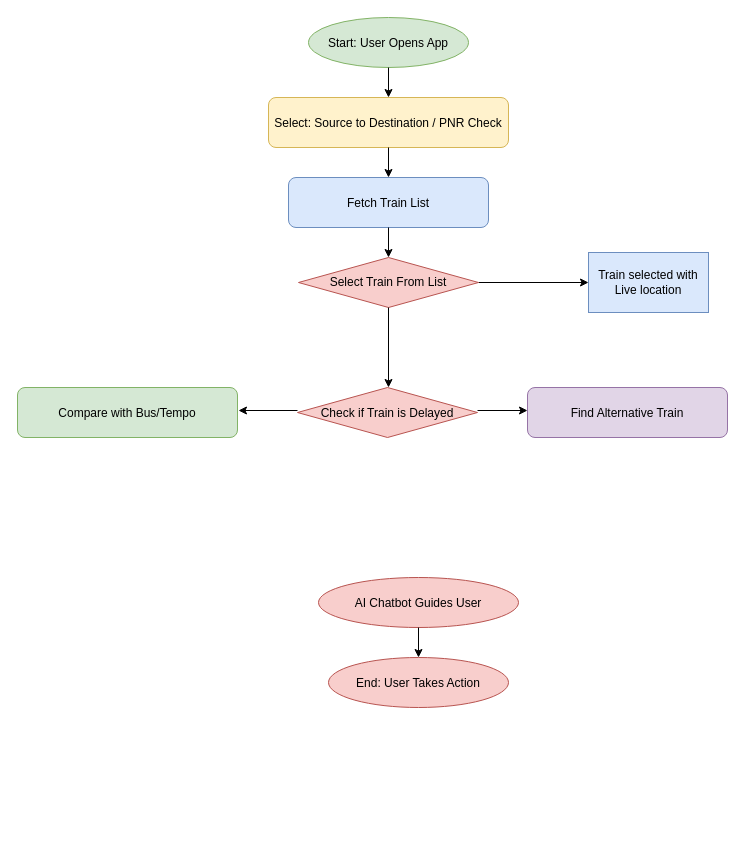
Earlier version of the draw.io diagram ModelTrain.drawio (Gauravlodhi530/My-First-Web). Source tidied: cells renumbered, new cells numbered last; positions are measured from the earlier drawing's top-left corner, leaving out a move shared by most shapes. Both pictures are drawn from the tidied source at 100%, with x=0, y=0 at pixel (17, 17).
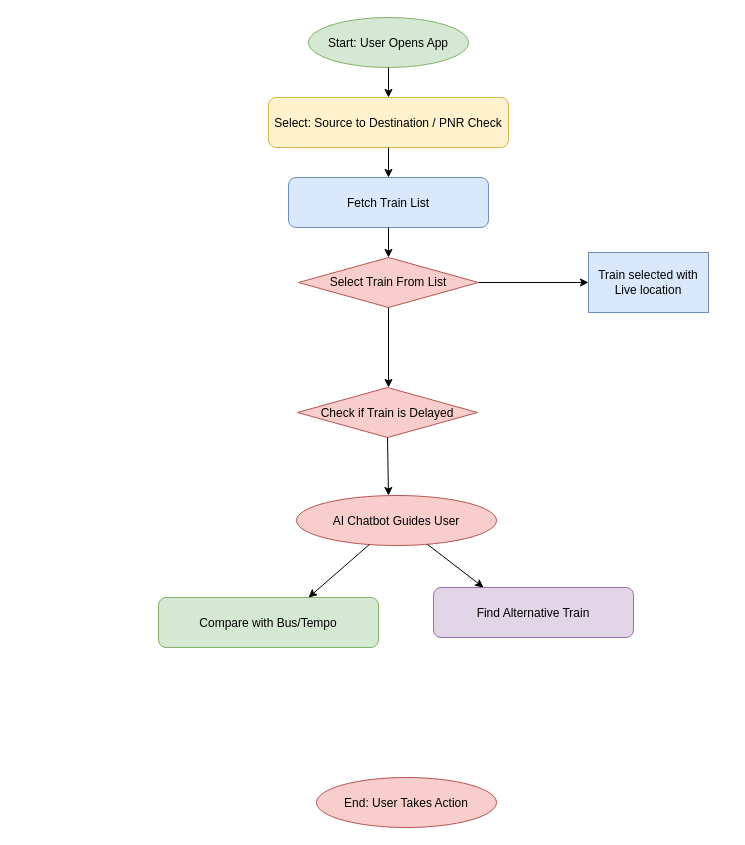
After the change.

The change refers to these unchanged cells:
```xml
<mxCell id="8" value="Check if Train is Delayed" style="rhombus;fillColor=#F8CECC;strokeColor=#B85450;" parent="1" vertex="1">
  <mxGeometry x="280" y="370" width="180" height="50" as="geometry" />
</mxCell>
```

The edit, as a diff of the source:
```diff
@@
     <mxCell id="9" value="Find Alternative Train" style="rounded=1;fillColor=#E1D5E7;strokeColor=#9673A6;" parent="1" vertex="1">
-      <mxGeometry x="510" y="370" width="200" height="50" as="geometry" />
+      <mxGeometry x="416" y="570" width="200" height="50" as="geometry" />
     </mxCell>
-    <mxCell id="10" parent="1" edge="1">
-      <mxGeometry relative="1" as="geometry">
-        <mxPoint x="460" y="393" as="sourcePoint" />
-        <mxPoint x="510" y="393" as="targetPoint" />
-      </mxGeometry>
-    </mxCell>
     <mxCell id="11" value="Compare with Bus/Tempo" style="rounded=1;fillColor=#D5E8D4;strokeColor=#82B366;" parent="1" vertex="1">
-      <mxGeometry y="370" width="220" height="50" as="geometry" />
+      <mxGeometry x="141" y="580" width="220" height="50" as="geometry" />
     </mxCell>
     <mxCell id="12" value="AI Chatbot Guides User" style="ellipse;fillColor=#F8CECC;strokeColor=#B85450;" parent="1" vertex="1">
-      <mxGeometry x="301" y="560" width="200" height="50" as="geometry" />
+      <mxGeometry x="279" y="478" width="200" height="50" as="geometry" />
     </mxCell>
     <mxCell id="13" value="End: User Takes Action" style="ellipse;fillColor=#F8CECC;strokeColor=#B85450;" parent="1" vertex="1">
-      <mxGeometry x="311" y="640" width="180" height="50" as="geometry" />
+      <mxGeometry x="299" y="760" width="180" height="50" as="geometry" />
     </mxCell>
-    <mxCell id="14" parent="1" edge="1" source="12" target="13">
+    <mxCell id="14" style="entryX=0.682;entryY=0;entryDx=0;entryDy=0;entryPerimeter=0;" parent="1" edge="1" source="12" target="11">
       <mxGeometry relative="1" as="geometry" />
     </mxCell>
-    <mxCell id="15" style="endArrow=classic;html=1;rounded=0;exitX=0;exitY=0.5;exitDx=0;exitDy=0;" parent="1" edge="1">
-      <mxGeometry relative="1" as="geometry">
-        <mxPoint x="280" y="393" as="sourcePoint" />
-        <mxPoint x="221" y="393" as="targetPoint" />
-      </mxGeometry>
-    </mxCell>
@@
+    <mxCell id="20" style="endArrow=classic;html=1;rounded=0;exitX=0.5;exitY=1;exitDx=0;exitDy=0;entryX=0.46;entryY=0;entryDx=0;entryDy=0;entryPerimeter=0;" parent="1" edge="1" source="8" target="12">
+      <mxGeometry relative="1" as="geometry" />
+    </mxCell>
+    <mxCell id="21" style="entryX=0.25;entryY=0;entryDx=0;entryDy=0;" parent="1" edge="1" source="12" target="9">
+      <mxGeometry relative="1" as="geometry" />
+    </mxCell>
```
